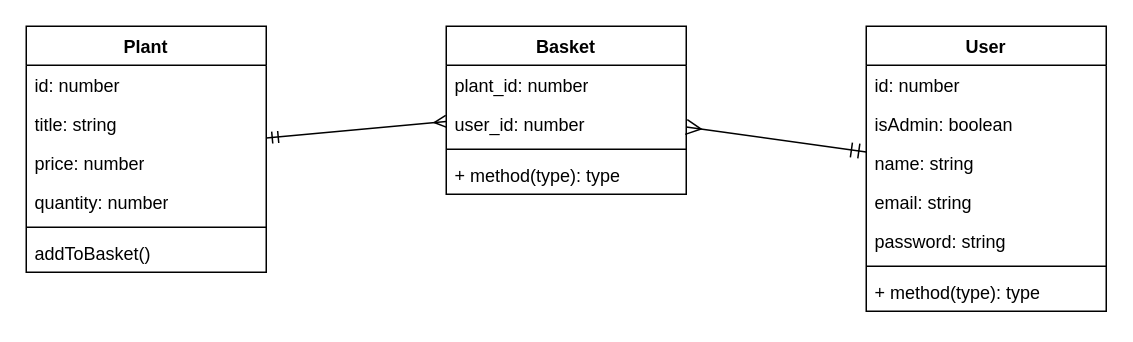
Jeremy-Cloarec/planti-planta keeps this draw.io diagram as plantiplanta.drawio. Above is the earlier version. Source tidied: cells renumbered, new cells numbered last; positions are measured from the earlier drawing's top-left corner, leaving out a move shared by most shapes. Both pictures are drawn from the tidied source at 150%, with x=0, y=0 at pixel (26, 26).
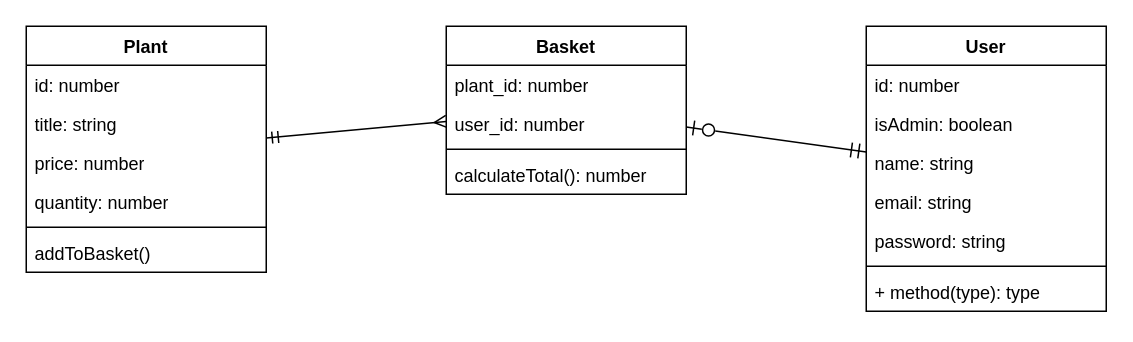
The same page after the edit.

Unchanged cells that the change refers to:
```xml
<mxCell id="11" value="Basket" style="swimlane;fontStyle=1;align=center;verticalAlign=top;horizontal=1;startSize=26;whiteSpace=wrap;html=1;" parent="1" vertex="1">
  <mxGeometry x="280" width="160" height="112" as="geometry" />
</mxCell>
<mxCell id="16" value="User" style="swimlane;fontStyle=1;align=center;verticalAlign=top;horizontal=1;startSize=26;whiteSpace=wrap;html=1;" parent="1" vertex="1">
  <mxGeometry x="560" width="160" height="190" as="geometry" />
</mxCell>
```

Diff of the diagram source:
```diff
@@
-    <mxCell id="10" style="edgeStyle=none;curved=1;rounded=0;jettySize=auto;html=1;fontSize=12;startSize=8;endSize=8;endArrow=ERmandOne;endFill=0;startArrow=ERmany;startFill=0;" parent="1" edge="1" source="11" target="16">
+    <mxCell id="10" style="edgeStyle=none;curved=1;rounded=0;jettySize=auto;html=1;fontSize=12;startSize=8;endSize=8;endArrow=ERmandOne;endFill=0;startArrow=ERzeroToOne;startFill=0;" parent="1" edge="1" source="11" target="16">
       <mxGeometry relative="1" as="geometry" />
     </mxCell>
@@
-    <mxCell id="15" value="+ method(type): type" style="text;strokeColor=none;fillColor=none;align=left;verticalAlign=top;spacingLeft=4;spacingRight=4;overflow=hidden;whiteSpace=wrap;html=1;" parent="11" vertex="1">
+    <mxCell id="15" value="calculateTotal(): number" style="text;strokeColor=none;fillColor=none;align=left;verticalAlign=top;spacingLeft=4;spacingRight=4;overflow=hidden;whiteSpace=wrap;html=1;" parent="11" vertex="1">
       <mxGeometry y="86" width="160" height="26" as="geometry" />
     </mxCell>
```
